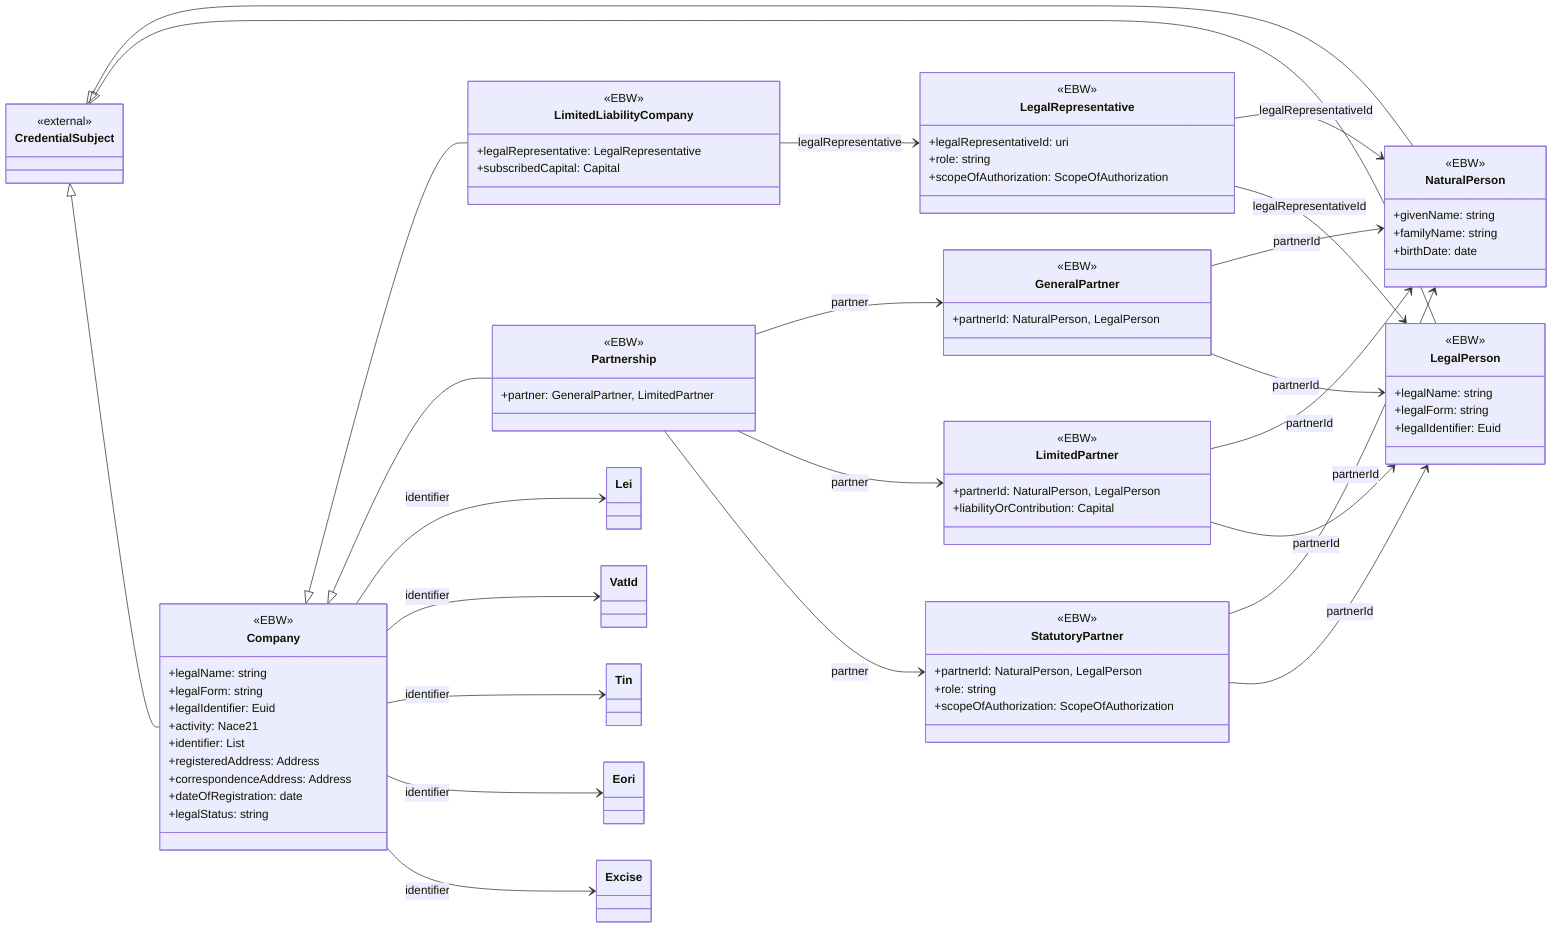
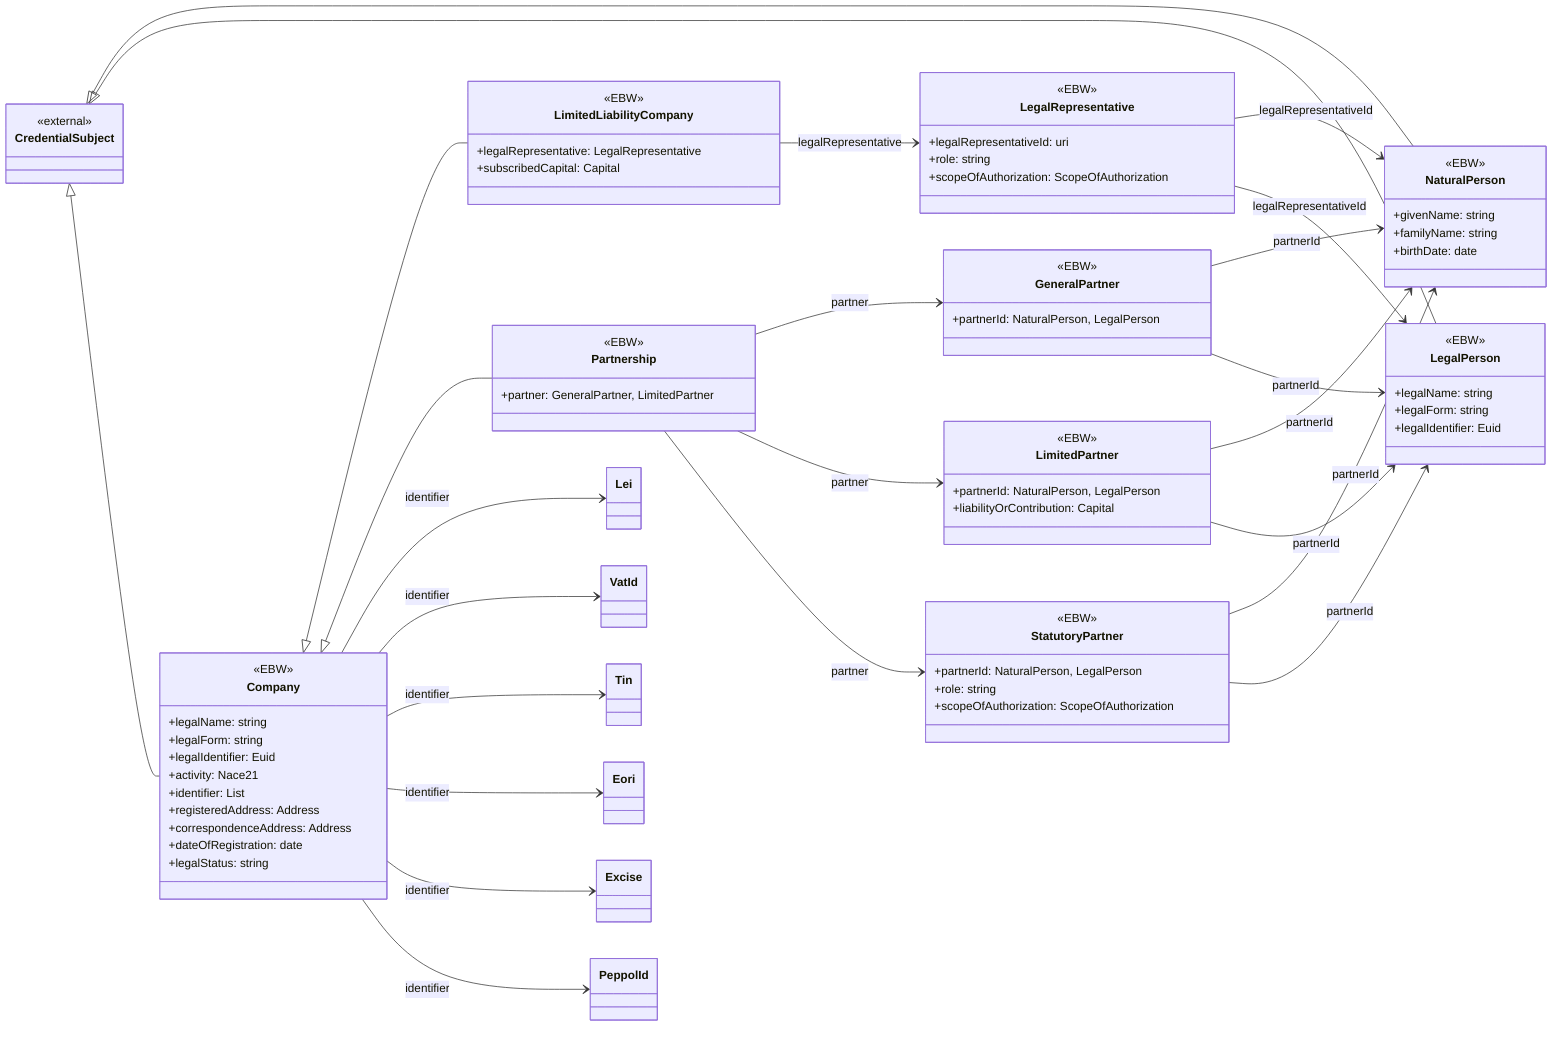
classDiagram
    direction LR
%% =========================
%% Core EBW Classes
%% =========================
    class Company {
        <<EBW>>
        +legalName: string
        +legalForm: string
        +legalIdentifier: Euid
        +activity: Nace21
        +identifier: List
        +registeredAddress: Address
        +correspondenceAddress: Address
        +dateOfRegistration: date
        +legalStatus: string
    }

    class NaturalPerson {
        <<EBW>>
        +givenName: string
        +familyName: string
        +birthDate: date
    }

    class LegalPerson {
        <<EBW>>
        +legalName: string
        +legalForm: string
        +legalIdentifier: Euid
    }

    class LimitedLiabilityCompany {
        <<EBW>>
        +legalRepresentative: LegalRepresentative
        +subscribedCapital: Capital
    }

    class Partnership {
        <<EBW>>
        +partner: GeneralPartner, LimitedPartner
    }

    class GeneralPartner {
        <<EBW>>
        +partnerId: NaturalPerson, LegalPerson
    }

    class LimitedPartner {
        <<EBW>>
        +partnerId: NaturalPerson, LegalPerson
        +liabilityOrContribution: Capital
    }

    class StatutoryPartner {
        <<EBW>>
        +partnerId: NaturalPerson, LegalPerson
        +role: string
        +scopeOfAuthorization: ScopeOfAuthorization
    }

    class LegalRepresentative {
        <<EBW>>
        +legalRepresentativeId: uri
        +role: string
        +scopeOfAuthorization: ScopeOfAuthorization
    }


%% =========================
%% External / Referenced Types
%% =========================
    class CredentialSubject {
        <<external>>
    }

%% =========================
%% Inheritance
%% =========================
    CredentialSubject <|-- NaturalPerson
    CredentialSubject <|-- LegalPerson
    CredentialSubject <|-- Company
    Company <|-- LimitedLiabilityCompany
    Company <|-- Partnership

%% =========================
%% Properties (Object relations)
%% =========================
    Company --> Lei : identifier
    Company --> VatId : identifier
    Company --> Tin : identifier
    Company --> Eori : identifier
    Company --> Excise : identifier
+     Company --> PeppolId : identifier

    LegalRepresentative --> NaturalPerson: legalRepresentativeId
    LegalRepresentative --> LegalPerson: legalRepresentativeId
    LimitedLiabilityCompany --> LegalRepresentative: legalRepresentative
    Partnership --> GeneralPartner: partner
    Partnership --> LimitedPartner: partner
    Partnership --> StatutoryPartner: partner
    GeneralPartner --> NaturalPerson: partnerId
    GeneralPartner --> LegalPerson: partnerId
    LimitedPartner --> NaturalPerson: partnerId
    LimitedPartner --> LegalPerson: partnerId
    StatutoryPartner --> NaturalPerson: partnerId
    StatutoryPartner --> LegalPerson: partnerId
